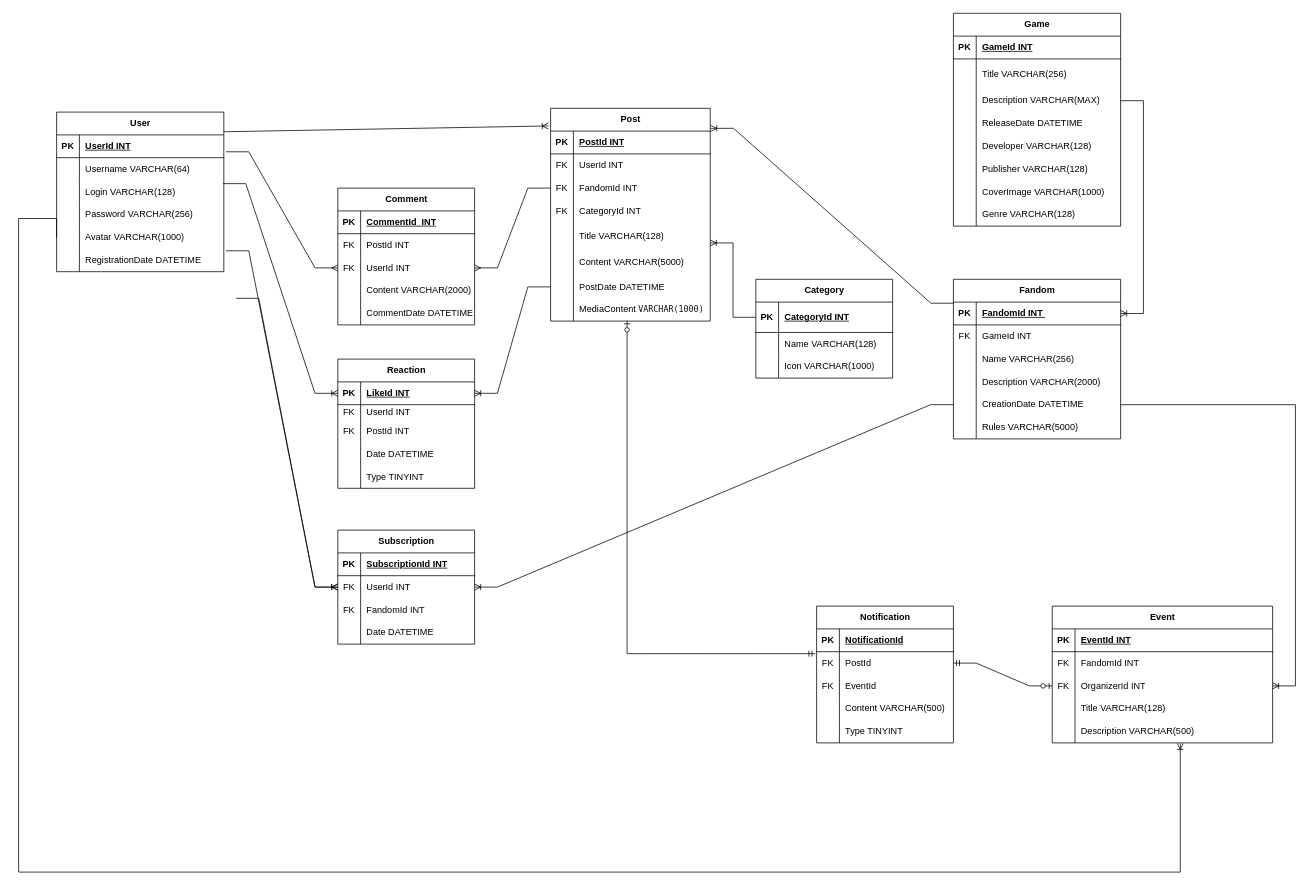
The draw.io diagram FanHubDiagram.drawio in Kaskinji/FanHub, before the edit. Source tidied: cells renumbered, new cells numbered last; positions are measured from the earlier drawing's top-left corner, leaving out a move shared by most shapes. Both pictures are drawn from the tidied source at 76%, with x=0, y=0 at pixel (18, 13).
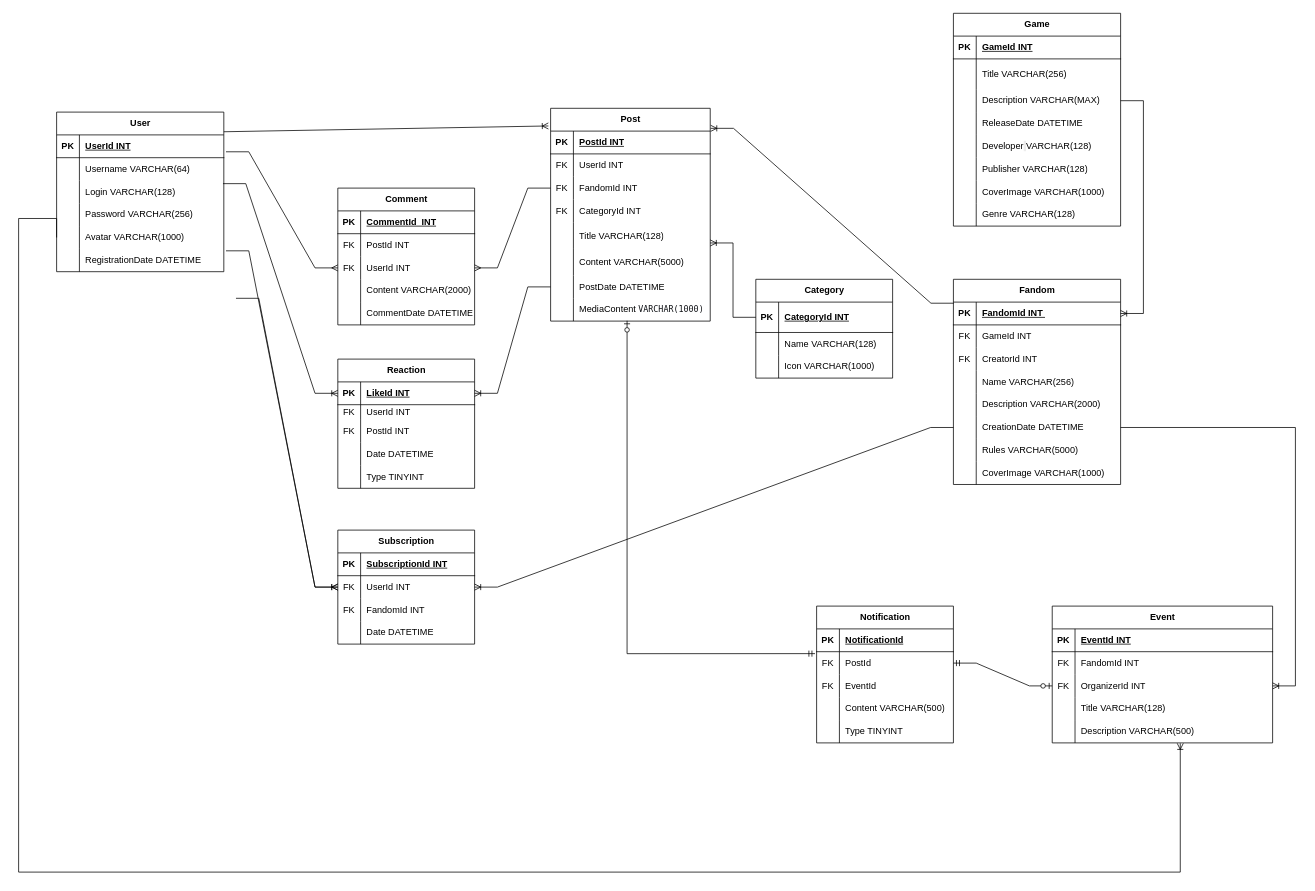
Above is the later version.

Diff of the diagram source:
```diff
@@
     <mxCell id="116" value="Fandom" style="shape=table;startSize=30;childLayout=tableLayout;rowLines=0;fontStyle=1;align=center;html=1;" parent="1" vertex="1">
-      <mxGeometry x="1230" y="350" width="220" height="210" as="geometry" />
+      <mxGeometry x="1230" y="350" width="220" height="270" as="geometry" />
     </mxCell>
@@
+    <mxCell id="194" style="shape=tableRow;horizontal=0;startSize=0;swimlaneHead=0;swimlaneBody=0;fillColor=none;top=0;left=0;right=0;bottom=0;" parent="116" vertex="1">
+      <mxGeometry y="90" width="220" height="30" as="geometry" />
+    </mxCell>
+    <mxCell id="195" value="FK" style="shape=partialRectangle;fillColor=none;top=0;left=0;bottom=0;right=0;overflow=hidden;whiteSpace=wrap;html=1;" parent="194" vertex="1">
+      <mxGeometry width="30" height="30" as="geometry" />
+    </mxCell>
+    <mxCell id="196" value="CreatorId INT" style="shape=partialRectangle;fillColor=none;top=0;left=0;bottom=0;right=0;align=left;spacingLeft=6;overflow=hidden;whiteSpace=wrap;html=1;" parent="194" vertex="1">
+      <mxGeometry x="30" width="190" height="30" as="geometry" />
+    </mxCell>
     <mxCell id="123" style="shape=tableRow;horizontal=0;startSize=0;swimlaneHead=0;swimlaneBody=0;fillColor=none;top=0;left=0;right=0;bottom=0;" parent="116" vertex="1">
-      <mxGeometry y="90" width="220" height="30" as="geometry" />
+      <mxGeometry y="120" width="220" height="30" as="geometry" />
     </mxCell>
@@
     <mxCell id="126" style="shape=tableRow;horizontal=0;startSize=0;swimlaneHead=0;swimlaneBody=0;fillColor=none;top=0;left=0;right=0;bottom=0;" parent="116" vertex="1">
-      <mxGeometry y="120" width="220" height="30" as="geometry" />
+      <mxGeometry y="150" width="220" height="30" as="geometry" />
     </mxCell>
@@
     <mxCell id="129" style="shape=tableRow;horizontal=0;startSize=0;swimlaneHead=0;swimlaneBody=0;fillColor=none;points=[[0,0.5],[1,0.5]];portConstraint=eastwest;top=0;left=0;right=0;bottom=0;" parent="116" vertex="1">
-      <mxGeometry y="150" width="220" height="30" as="geometry" />
+      <mxGeometry y="180" width="220" height="30" as="geometry" />
     </mxCell>
@@
     <mxCell id="132" style="shape=tableRow;horizontal=0;startSize=0;swimlaneHead=0;swimlaneBody=0;fillColor=none;top=0;left=0;right=0;bottom=0;" parent="116" vertex="1">
-      <mxGeometry y="180" width="220" height="30" as="geometry" />
+      <mxGeometry y="210" width="220" height="30" as="geometry" />
     </mxCell>
@@
+    <mxCell id="197" style="shape=tableRow;horizontal=0;startSize=0;swimlaneHead=0;swimlaneBody=0;fillColor=none;top=0;left=0;right=0;bottom=0;" parent="116" vertex="1">
+      <mxGeometry y="240" width="220" height="30" as="geometry" />
+    </mxCell>
+    <mxCell id="198" style="shape=partialRectangle;fillColor=none;top=0;left=0;bottom=0;right=0;overflow=hidden;whiteSpace=wrap;html=1;" parent="197" vertex="1">
+      <mxGeometry width="30" height="30" as="geometry" />
+    </mxCell>
+    <mxCell id="199" value="&lt;span style=&quot;color: rgb(0, 0, 0); font-family: Helvetica; font-size: 12px; font-style: normal; font-variant-ligatures: normal; font-variant-caps: normal; font-weight: 400; letter-spacing: normal; orphans: 2; text-align: center; text-indent: 0px; text-transform: none; widows: 2; word-spacing: 0px; -webkit-text-stroke-width: 0px; white-space: normal; text-decoration-thickness: initial; text-decoration-style: initial; text-decoration-color: initial; float: none; display: inline !important;&quot;&gt;CoverImage VARCHAR(1000)&lt;/span&gt;" style="shape=partialRectangle;fillColor=none;top=0;left=0;bottom=0;right=0;align=left;spacingLeft=6;overflow=hidden;whiteSpace=wrap;html=1;" parent="197" vertex="1">
+      <mxGeometry x="30" width="190" height="30" as="geometry" />
+    </mxCell>
```
